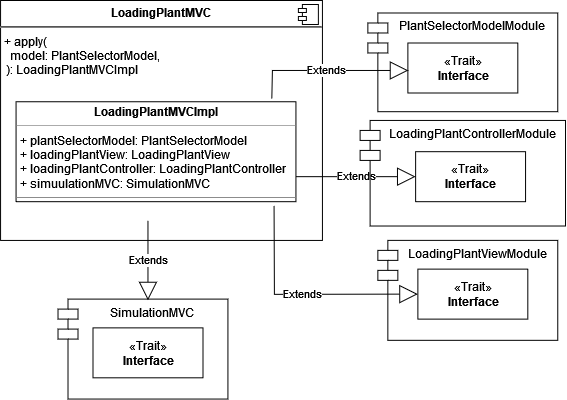
Earlier version of the draw.io export docs/img/loading_plant_MVC.png (AnnaVitali/PPS-22-smartgh). Source tidied: cells renumbered, new cells last; positions are measured from the earlier drawing's top-left corner, leaving out a move shared by most shapes.
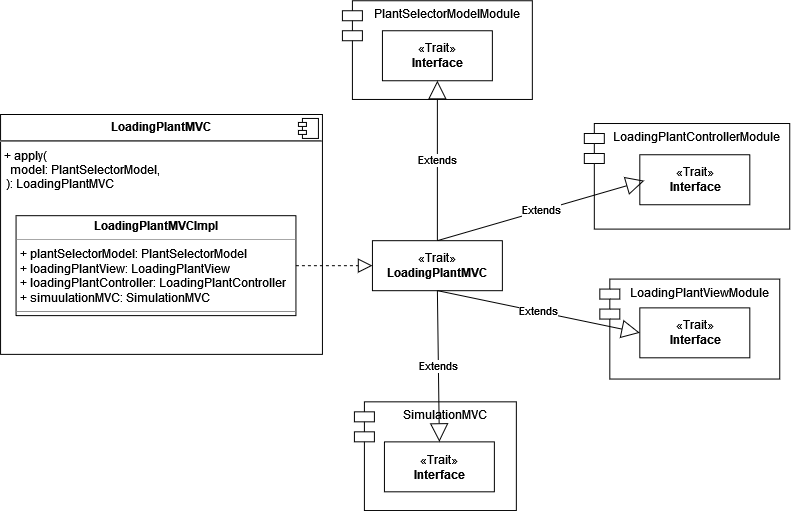
Above is the later version.

What changed in the source:
```diff
@@ -2,7 +2,7 @@
   <root>
     <mxCell id="0" />
     <mxCell id="1" parent="0" />
-    <mxCell id="2" value="&lt;p style=&quot;margin:0px;margin-top:6px;text-align:center;&quot;&gt;&lt;b&gt;LoadingPlantMVC&lt;/b&gt;&lt;br&gt;&lt;/p&gt;&lt;hr&gt;&lt;p style=&quot;margin:0px;margin-left:4px;&quot;&gt;+ apply(&lt;/p&gt;&lt;p style=&quot;margin:0px;margin-left:4px;&quot;&gt;&lt;span style=&quot;&quot;&gt;&amp;nbsp; &lt;/span&gt;model: PlantSelectorModel, &lt;br&gt;&lt;/p&gt;&lt;div&gt;&lt;span style=&quot;&quot;&gt;&lt;/span&gt;&amp;nbsp; ): LoadingPlantMVCImpl&lt;br&gt;&lt;/div&gt;" style="align=left;overflow=fill;html=1;fillColor=default;" parent="1" vertex="1">
+    <mxCell id="2" value="&lt;p style=&quot;margin:0px;margin-top:6px;text-align:center;&quot;&gt;&lt;b&gt;LoadingPlantMVC&lt;/b&gt;&lt;br&gt;&lt;/p&gt;&lt;hr&gt;&lt;p style=&quot;margin:0px;margin-left:4px;&quot;&gt;+ apply(&lt;/p&gt;&lt;p style=&quot;margin:0px;margin-left:4px;&quot;&gt;&lt;span style=&quot;&quot;&gt;&amp;nbsp; &lt;/span&gt;model: PlantSelectorModel, &lt;br&gt;&lt;/p&gt;&lt;div&gt;&lt;span style=&quot;&quot;&gt;&lt;/span&gt;&amp;nbsp; ): LoadingPlantMVC&lt;br&gt;&lt;/div&gt;" style="align=left;overflow=fill;html=1;fillColor=default;" parent="1" vertex="1">
       <mxGeometry width="322" height="240" as="geometry" />
     </mxCell>
     <mxCell id="3" style="shape=component;jettyWidth=8;jettyHeight=4;fillColor=default;" parent="2" vertex="1">
@@ -10,56 +10,54 @@
         <mxPoint x="-24" y="4" as="offset" />
       </mxGeometry>
     </mxCell>
-    <mxCell id="4" value="LoadingPlantViewModule" style="shape=module;align=left;spacingLeft=20;align=center;verticalAlign=top;fillColor=none;" parent="1" vertex="1">
-      <mxGeometry x="377.5" y="240" width="180" height="100" as="geometry" />
+    <mxCell id="4" value="&lt;p style=&quot;margin:0px;margin-top:4px;text-align:center;&quot;&gt;&lt;b&gt;LoadingPlantMVCImpl&lt;/b&gt;&lt;br&gt;&lt;/p&gt;&lt;hr size=&quot;1&quot;&gt;&lt;p style=&quot;margin:0px;margin-left:4px;&quot;&gt;+ plantSelectorModel: PlantSelectorModel&lt;/p&gt;&lt;p style=&quot;margin:0px;margin-left:4px;&quot;&gt;+ loadingPlantView: LoadingPlantView&lt;br&gt;&lt;/p&gt;&lt;p style=&quot;margin:0px;margin-left:4px;&quot;&gt;+ loadingPlantController: LoadingPlantController&lt;/p&gt;&lt;p style=&quot;margin:0px;margin-left:4px;&quot;&gt;+ simuulationMVC: SimulationMVC&lt;br&gt;&lt;/p&gt;&lt;hr size=&quot;1&quot;&gt;" style="verticalAlign=top;align=left;overflow=fill;fontSize=12;fontFamily=Helvetica;html=1;fillColor=default;" parent="1" vertex="1">
+      <mxGeometry x="15.5" y="101.2" width="280" height="100" as="geometry" />
     </mxCell>
-    <mxCell id="5" value="PlantSelectorModelModule" style="shape=module;align=left;spacingLeft=20;align=center;verticalAlign=top;fillColor=none;" parent="1" vertex="1">
-      <mxGeometry x="367.5" y="12.5" width="190" height="98.8" as="geometry" />
+    <mxCell id="5" value="LoadingPlantControllerModule" style="shape=module;align=left;spacingLeft=20;align=center;verticalAlign=top;fillColor=none;" parent="1" vertex="1">
+      <mxGeometry x="584" y="9.1" width="205.5" height="105.6" as="geometry" />
     </mxCell>
-    <mxCell id="6" value="&lt;p style=&quot;margin:0px;margin-top:4px;text-align:center;&quot;&gt;&lt;b&gt;LoadingPlantMVCImpl&lt;/b&gt;&lt;br&gt;&lt;/p&gt;&lt;hr size=&quot;1&quot;&gt;&lt;p style=&quot;margin:0px;margin-left:4px;&quot;&gt;+ plantSelectorModel: PlantSelectorModel&lt;/p&gt;&lt;p style=&quot;margin:0px;margin-left:4px;&quot;&gt;+ loadingPlantView: LoadingPlantView&lt;br&gt;&lt;/p&gt;&lt;p style=&quot;margin:0px;margin-left:4px;&quot;&gt;+ loadingPlantController: LoadingPlantController&lt;/p&gt;&lt;p style=&quot;margin:0px;margin-left:4px;&quot;&gt;+ simuulationMVC: SimulationMVC&lt;br&gt;&lt;/p&gt;&lt;hr size=&quot;1&quot;&gt;" style="verticalAlign=top;align=left;overflow=fill;fontSize=12;fontFamily=Helvetica;html=1;fillColor=default;" parent="1" vertex="1">
-      <mxGeometry x="15.5" y="101.2" width="280" height="100" as="geometry" />
+    <mxCell id="6" value="SimulationMVC" style="shape=module;align=left;spacingLeft=20;align=center;verticalAlign=top;fillColor=none;" parent="1" vertex="1">
+      <mxGeometry x="354" y="287.5" width="162" height="108.8" as="geometry" />
     </mxCell>
-    <mxCell id="7" value="«Trait»&lt;br&gt;&lt;b&gt;Interface&lt;/b&gt;" style="html=1;fillColor=default;" parent="1" vertex="1">
-      <mxGeometry x="407.5" y="42.5" width="110" height="50" as="geometry" />
+    <mxCell id="7" value="LoadingPlantViewModule" style="shape=module;align=left;spacingLeft=20;align=center;verticalAlign=top;fillColor=none;" parent="1" vertex="1">
+      <mxGeometry x="599.5" y="164.7" width="180" height="100" as="geometry" />
     </mxCell>
-    <mxCell id="8" value="«Trait»&lt;br&gt;&lt;b&gt;Interface&lt;/b&gt;" style="html=1;fillColor=default;" parent="1" vertex="1">
-      <mxGeometry x="415.2" y="151.2" width="110" height="50" as="geometry" />
+    <mxCell id="8" value="PlantSelectorModelModule" style="shape=module;align=left;spacingLeft=20;align=center;verticalAlign=top;fillColor=none;" parent="1" vertex="1">
+      <mxGeometry x="342" y="-113.8" width="190" height="98.8" as="geometry" />
     </mxCell>
     <mxCell id="9" value="«Trait»&lt;br&gt;&lt;b&gt;Interface&lt;/b&gt;" style="html=1;fillColor=default;" parent="1" vertex="1">
-      <mxGeometry x="417.5" y="268.8" width="110" height="50" as="geometry" />
+      <mxGeometry x="382" y="-83.8" width="110" height="50" as="geometry" />
     </mxCell>
-    <mxCell id="10" value="Extends" style="endArrow=block;endSize=16;endFill=0;html=1;rounded=0;exitX=0.914;exitY=-0.029;exitDx=0;exitDy=0;exitPerimeter=0;elbow=vertical;" parent="1" edge="1" source="6">
-      <mxGeometry relative="1" as="geometry">
-        <mxPoint x="408" y="70" as="targetPoint" />
-        <Array as="points">
-          <mxPoint x="272" y="70" />
-        </Array>
-      </mxGeometry>
+    <mxCell id="10" value="«Trait»&lt;br&gt;&lt;b&gt;Interface&lt;/b&gt;" style="html=1;fillColor=default;" parent="1" vertex="1">
+      <mxGeometry x="639.5" y="40.3" width="110" height="50" as="geometry" />
     </mxCell>
-    <mxCell id="11" value="Extends" style="endArrow=block;endSize=16;endFill=0;html=1;rounded=0;elbow=vertical;entryX=0;entryY=0.5;entryDx=0;entryDy=0;exitX=1;exitY=0.75;exitDx=0;exitDy=0;" parent="1" edge="1" source="6" target="8">
-      <mxGeometry relative="1" as="geometry" />
+    <mxCell id="11" value="«Trait»&lt;br&gt;&lt;b&gt;Interface&lt;/b&gt;" style="html=1;fillColor=default;" parent="1" vertex="1">
+      <mxGeometry x="639.5" y="193.4" width="110" height="50" as="geometry" />
     </mxCell>
-    <mxCell id="12" value="Extends" style="endArrow=block;endSize=16;endFill=0;html=1;rounded=0;entryX=0;entryY=0.5;entryDx=0;entryDy=0;exitX=0.922;exitY=1.038;exitDx=0;exitDy=0;exitPerimeter=0;elbow=vertical;" parent="1" edge="1" source="6" target="9">
-      <mxGeometry relative="1" as="geometry">
-        <Array as="points">
-          <mxPoint x="274" y="294" />
-        </Array>
-      </mxGeometry>
+    <mxCell id="12" value="«Trait»&lt;br&gt;&lt;b&gt;Interface&lt;/b&gt;" style="html=1;fillColor=default;" parent="1" vertex="1">
+      <mxGeometry x="384" y="327.5" width="110" height="50" as="geometry" />
     </mxCell>
-    <mxCell id="13" value="«Trait»&lt;br&gt;&lt;b&gt;Interface&lt;/b&gt;" style="html=1;fillColor=default;" parent="1" vertex="1">
-      <mxGeometry x="92.5" y="327.5" width="110" height="50" as="geometry" />
+    <mxCell id="13" value="«Trait»&lt;br&gt;&lt;b&gt;LoadingPlantMVC&lt;/b&gt;" style="html=1;" parent="1" vertex="1">
+      <mxGeometry x="372" y="126.2" width="130" height="50" as="geometry" />
     </mxCell>
-    <mxCell id="14" value="Extends" style="endArrow=block;endSize=16;endFill=0;html=1;rounded=0;" parent="1" edge="1">
-      <mxGeometry relative="1" as="geometry">
-        <mxPoint x="147.5" y="220" as="sourcePoint" />
-        <mxPoint x="147.5" y="300" as="targetPoint" />
-      </mxGeometry>
+    <mxCell id="14" value="Extends" style="endArrow=block;endSize=16;endFill=0;html=1;rounded=0;entryX=0;entryY=0.5;entryDx=0;entryDy=0;exitX=0.5;exitY=1;exitDx=0;exitDy=0;" parent="1" edge="1" source="13" target="11">
+      <mxGeometry relative="1" as="geometry" />
     </mxCell>
-    <mxCell id="15" value="SimulationMVC" style="shape=module;align=left;spacingLeft=20;align=center;verticalAlign=top;fillColor=none;" parent="1" vertex="1">
-      <mxGeometry x="57.5" y="298.8" width="170" height="100" as="geometry" />
+    <mxCell id="15" value="Extends" style="endArrow=block;endSize=16;endFill=0;html=1;rounded=0;entryX=0.5;entryY=0;entryDx=0;entryDy=0;exitX=0.5;exitY=1;exitDx=0;exitDy=0;" parent="1" edge="1" source="13" target="12">
+      <mxGeometry relative="1" as="geometry" />
     </mxCell>
-    <mxCell id="16" value="LoadingPlantControllerModule" style="shape=module;align=left;spacingLeft=20;align=center;verticalAlign=top;fillColor=none;" parent="1" vertex="1">
-      <mxGeometry x="359.8" y="120" width="205.5" height="105.6" as="geometry" />
+    <mxCell id="16" value="Extends" style="endArrow=block;endSize=16;endFill=0;html=1;rounded=0;exitX=0.5;exitY=0;exitDx=0;exitDy=0;" parent="1" edge="1" source="13">
+      <mxGeometry relative="1" as="geometry">
+        <mxPoint x="644" y="66.2" as="targetPoint" />
+      </mxGeometry>
     </mxCell>
+    <mxCell id="17" value="Extends" style="endArrow=block;endSize=16;endFill=0;html=1;rounded=0;entryX=0.5;entryY=1;entryDx=0;entryDy=0;" parent="1" edge="1" target="9">
+      <mxGeometry relative="1" as="geometry">
+        <mxPoint x="437" y="126.2" as="sourcePoint" />
+      </mxGeometry>
+    </mxCell>
+    <mxCell id="18" style="endArrow=block;dashed=1;endFill=0;endSize=12;html=1;rounded=0;entryX=0;entryY=0.5;entryDx=0;entryDy=0;" parent="1" edge="1" source="4" target="13">
+      <mxGeometry relative="1" as="geometry" />
+    </mxCell>
   </root>
 </mxGraphModel>
```
